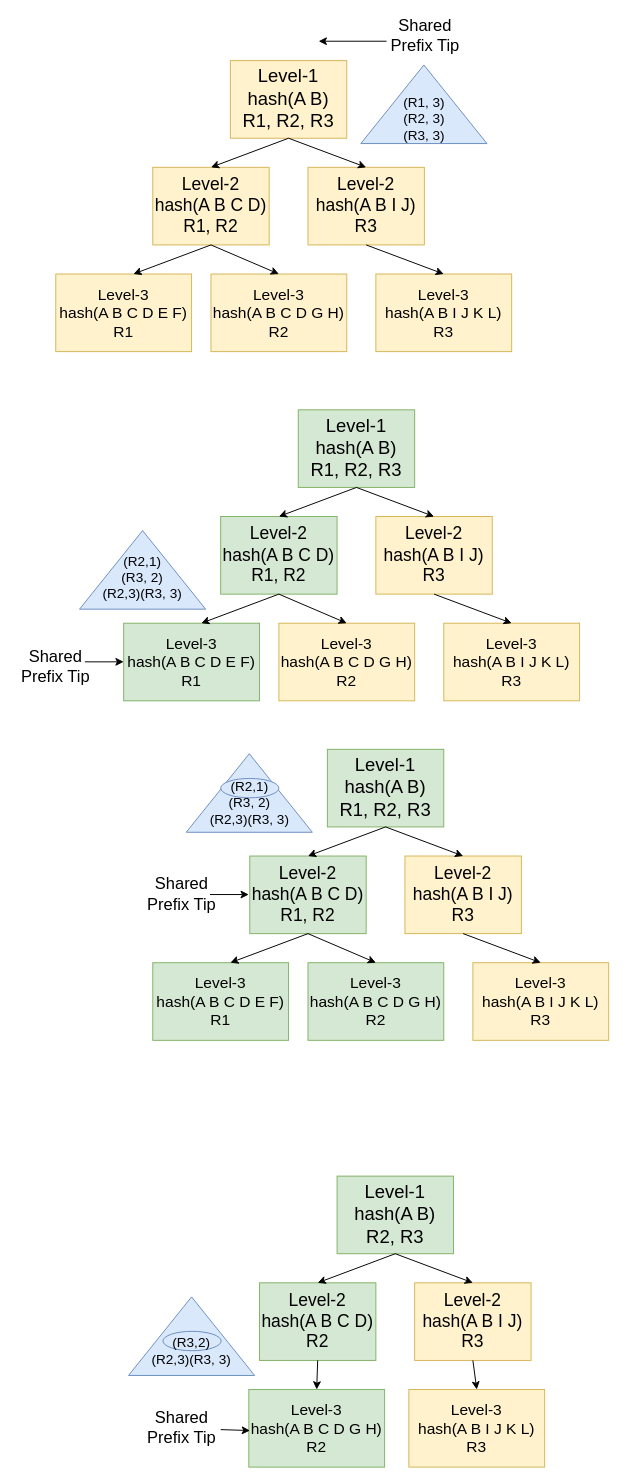
The draw.io diagram documentation/illustrations/chunked_hash_tree.drawio in sakshamrathi21/Structured_LLM_Optimization, before the edit. Source tidied: cells renumbered, new cells numbered last; positions are measured from the earlier drawing's top-left corner, leaving out a move shared by most shapes. Both pictures are drawn from the tidied source at 97%, with x=0, y=0 at pixel (16, 21).
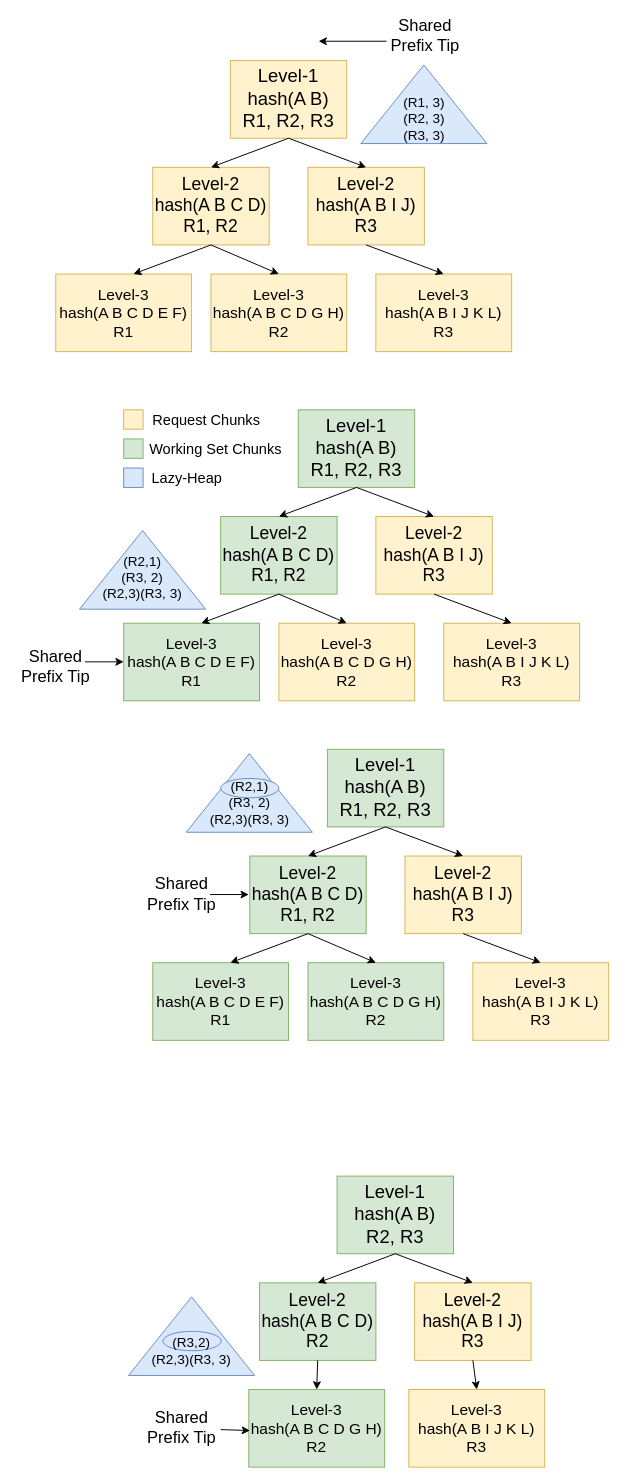
The same page after the edit.

What changed in the source:
```diff
@@
+    <mxCell id="62" style="rounded=0;whiteSpace=wrap;html=1;fillColor=#d5e8d4;strokeColor=#82b366;" parent="1" vertex="1">
+      <mxGeometry x="110" y="430" width="20" height="20" as="geometry" />
+    </mxCell>
+    <mxCell id="63" value="&lt;font style=&quot;font-size: 15px;&quot;&gt;Working Set Chunks&lt;/font&gt;" style="text;html=1;whiteSpace=wrap;strokeColor=none;fillColor=none;align=center;verticalAlign=middle;rounded=0;" parent="1" vertex="1">
+      <mxGeometry x="135" y="425" width="140" height="30" as="geometry" />
+    </mxCell>
+    <mxCell id="64" style="rounded=0;whiteSpace=wrap;html=1;fillColor=#fff2cc;strokeColor=#d6b656;" parent="1" vertex="1">
+      <mxGeometry x="110" y="400" width="20" height="20" as="geometry" />
+    </mxCell>
+    <mxCell id="65" value="&lt;font style=&quot;font-size: 15px;&quot;&gt;Request Chunks&lt;/font&gt;" style="text;html=1;whiteSpace=wrap;strokeColor=none;fillColor=none;align=center;verticalAlign=middle;rounded=0;" parent="1" vertex="1">
+      <mxGeometry x="135" y="395" width="121" height="30" as="geometry" />
+    </mxCell>
+    <mxCell id="66" style="rounded=0;whiteSpace=wrap;html=1;fillColor=#dae8fc;strokeColor=#6c8ebf;" parent="1" vertex="1">
+      <mxGeometry x="110" y="460" width="20" height="20" as="geometry" />
+    </mxCell>
+    <mxCell id="67" value="&lt;font style=&quot;font-size: 15px;&quot;&gt;Lazy-Heap&lt;/font&gt;" style="text;html=1;whiteSpace=wrap;strokeColor=none;fillColor=none;align=center;verticalAlign=middle;rounded=0;" parent="1" vertex="1">
+      <mxGeometry x="130" y="455" width="91" height="30" as="geometry" />
+    </mxCell>
```
